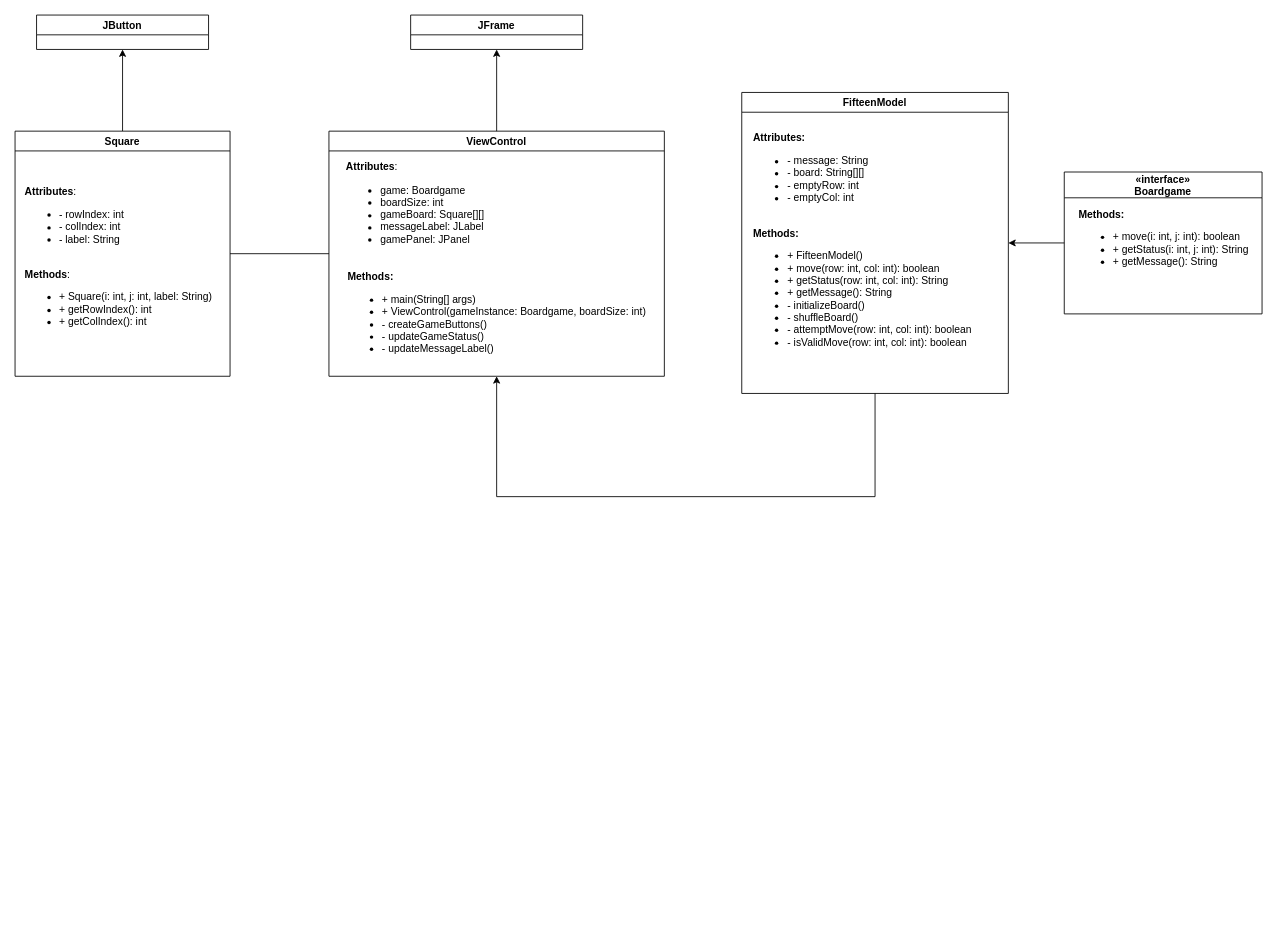
Above: Laboration2/src/Femtonspel/Diagram/FifteenModel Diagram.drawio in Fluntin/Software-Engineering (draw.io), before the change. Source tidied: cells renumbered, new cells numbered last; positions are measured from the earlier drawing's top-left corner, leaving out a move shared by most shapes. Both pictures are drawn from the tidied source at 86%, with x=0, y=0 at pixel (15, 15).
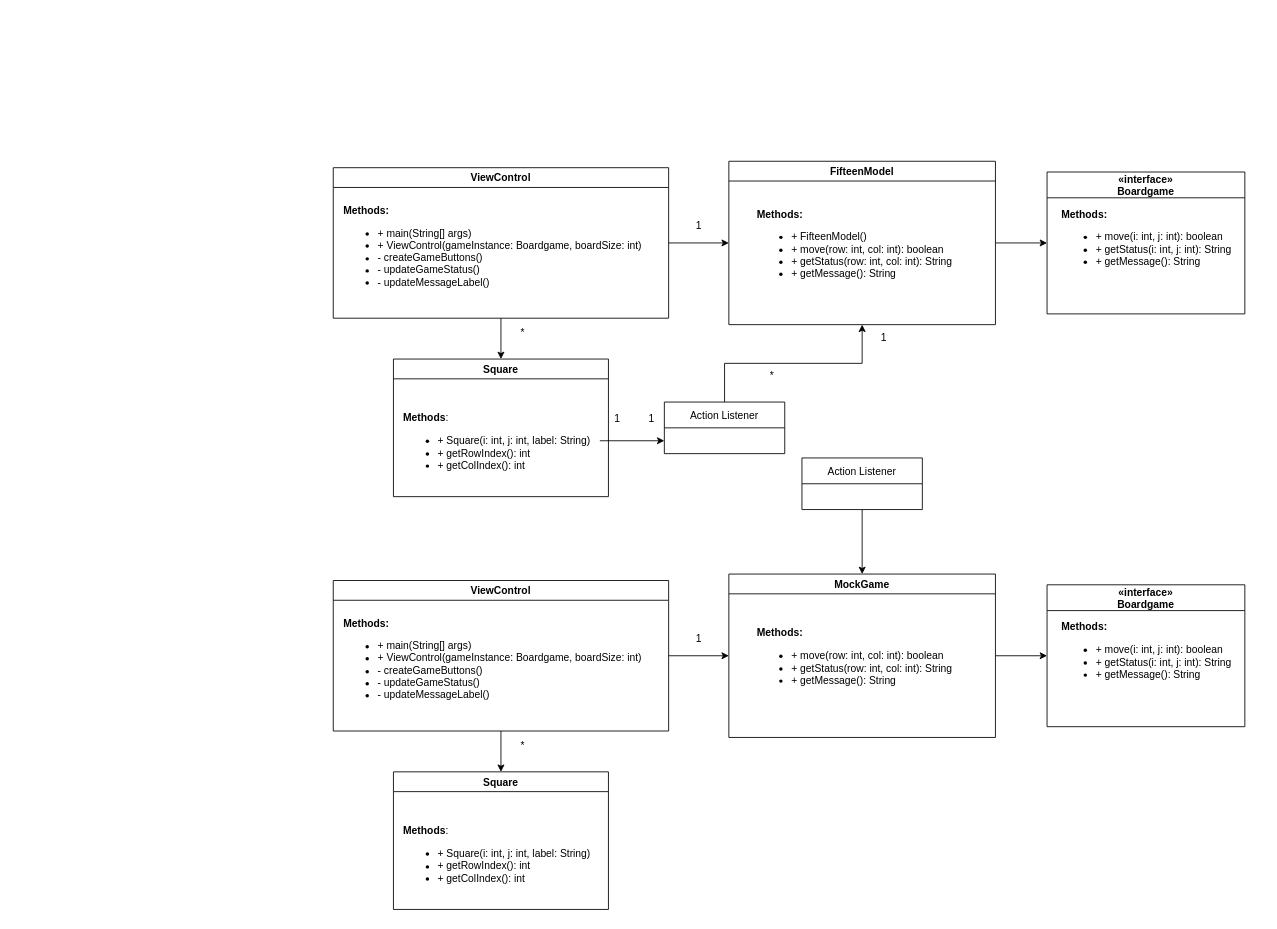
The same page after the edit.

The edit, as a diff of the source:
```diff
@@
-    <mxCell id="2" style="edgeStyle=orthogonalEdgeStyle;rounded=0;jettySize=auto;html=1;entryX=1;entryY=0.5;entryDx=0;entryDy=0;" parent="1" edge="1" source="3" target="5">
-      <mxGeometry relative="1" as="geometry" />
-    </mxCell>
     <mxCell id="3" value="«interface»&#10;Boardgame" style="swimlane;startSize=30;" parent="1" vertex="1">
-      <mxGeometry x="1220" y="182.5" width="230" height="165" as="geometry" />
+      <mxGeometry x="1200" y="182.5" width="230" height="165" as="geometry" />
     </mxCell>
@@
+    <mxCell id="18" style="edgeStyle=orthogonalEdgeStyle;rounded=0;jettySize=auto;html=1;entryX=0;entryY=0.5;entryDx=0;entryDy=0;" parent="1" edge="1" source="5" target="3">
+      <mxGeometry relative="1" as="geometry" />
+    </mxCell>
     <mxCell id="5" value="FifteenModel" style="swimlane;" parent="1" vertex="1">
-      <mxGeometry x="845" y="90" width="310" height="350" as="geometry" />
+      <mxGeometry x="830" y="170" width="310" height="190" as="geometry" />
     </mxCell>
-    <mxCell id="6" value="&lt;div style=&quot;text-align: left;&quot;&gt;&lt;b&gt;&lt;span style=&quot;background-color: initial;&quot;&gt;Attributes:&lt;/span&gt;&lt;br&gt;&lt;/b&gt;&lt;/div&gt;&lt;div style=&quot;&quot;&gt;&lt;ul&gt;&lt;li style=&quot;text-align: left;&quot;&gt;- message: String&lt;/li&gt;&lt;li style=&quot;text-align: left;&quot;&gt;- board: String[][]&lt;/li&gt;&lt;li style=&quot;text-align: left;&quot;&gt;- emptyRow: int&lt;/li&gt;&lt;li style=&quot;text-align: left;&quot;&gt;- emptyCol: int&lt;/li&gt;&lt;/ul&gt;&lt;/div&gt;&lt;div&gt;&lt;br&gt;&lt;/div&gt;&lt;div style=&quot;text-align: left;&quot;&gt;&lt;b&gt;Methods:&lt;/b&gt;&lt;/div&gt;&lt;div style=&quot;text-align: left;&quot;&gt;&lt;ul&gt;&lt;li&gt;+ FifteenModel()&lt;/li&gt;&lt;li&gt;+ move(row: int, col: int): boolean&lt;/li&gt;&lt;li&gt;+ getStatus(row: int, col: int): String&lt;/li&gt;&lt;li&gt;+ getMessage(): String&lt;/li&gt;&lt;li&gt;- initializeBoard()&lt;/li&gt;&lt;li&gt;- shuffleBoard()&lt;/li&gt;&lt;li&gt;- attemptMove(row: int, col: int): boolean&lt;/li&gt;&lt;li&gt;- isValidMove(row: int, col: int): boolean&lt;/li&gt;&lt;/ul&gt;&lt;/div&gt;&lt;div&gt;&lt;br&gt;&lt;/div&gt;" style="text;html=1;align=center;verticalAlign=middle;strokeColor=none;fillColor=none;" parent="5" vertex="1">
-      <mxGeometry y="40" width="280" height="290" as="geometry" />
+    <mxCell id="6" value="&lt;div style=&quot;text-align: left;&quot;&gt;&lt;br&gt;&lt;/div&gt;&lt;div&gt;&lt;br&gt;&lt;/div&gt;&lt;div style=&quot;text-align: left;&quot;&gt;&lt;b&gt;Methods:&lt;/b&gt;&lt;/div&gt;&lt;div style=&quot;text-align: left;&quot;&gt;&lt;ul&gt;&lt;li&gt;+ FifteenModel()&lt;/li&gt;&lt;li&gt;+ move(row: int, col: int): boolean&lt;/li&gt;&lt;li&gt;+ getStatus(row: int, col: int): String&lt;/li&gt;&lt;li&gt;+ getMessage(): String&lt;/li&gt;&lt;/ul&gt;&lt;/div&gt;&lt;div&gt;&lt;br&gt;&lt;/div&gt;" style="text;html=1;align=center;verticalAlign=middle;strokeColor=none;fillColor=none;" parent="5" vertex="1">
+      <mxGeometry x="21" y="20" width="250" height="150" as="geometry" />
     </mxCell>
+    <mxCell id="19" style="edgeStyle=orthogonalEdgeStyle;rounded=0;jettySize=auto;html=1;exitX=1;exitY=0.5;exitDx=0;exitDy=0;entryX=0;entryY=0.5;entryDx=0;entryDy=0;" parent="1" edge="1" source="7" target="5">
+      <mxGeometry relative="1" as="geometry" />
+    </mxCell>
+    <mxCell id="20" style="edgeStyle=orthogonalEdgeStyle;rounded=0;jettySize=auto;html=1;" parent="1" edge="1" source="7" target="11">
+      <mxGeometry relative="1" as="geometry" />
+    </mxCell>
     <mxCell id="7" value="ViewControl" style="swimlane;" parent="1" vertex="1">
-      <mxGeometry x="365" y="135" width="390" height="285" as="geometry" />
+      <mxGeometry x="370" y="177.5" width="390" height="175" as="geometry" />
     </mxCell>
-    <mxCell id="8" value="&lt;div style=&quot;text-align: left;&quot;&gt;&lt;b&gt;Attributes&lt;/b&gt;:&lt;/div&gt;&lt;div&gt;&lt;ul&gt;&lt;li style=&quot;text-align: left;&quot;&gt;&lt;span style=&quot;background-color: initial;&quot;&gt;game: Boardgame&lt;/span&gt;&lt;/li&gt;&lt;li style=&quot;text-align: left;&quot;&gt;boardSize: int&lt;/li&gt;&lt;li style=&quot;text-align: left;&quot;&gt;gameBoard: Square[][]&lt;/li&gt;&lt;li style=&quot;text-align: left;&quot;&gt;messageLabel: JLabel&lt;/li&gt;&lt;li style=&quot;text-align: left;&quot;&gt;gamePanel: JPanel&lt;/li&gt;&lt;/ul&gt;&lt;/div&gt;" style="text;html=1;align=center;verticalAlign=middle;strokeColor=none;fillColor=none;" parent="7" vertex="1">
-      <mxGeometry x="10" y="30" width="180" height="120" as="geometry" />
+    <mxCell id="8" value="&lt;div style=&quot;text-align: left;&quot;&gt;&lt;br&gt;&lt;/div&gt;" style="text;html=1;align=center;verticalAlign=middle;strokeColor=none;fillColor=none;" parent="7" vertex="1">
+      <mxGeometry x="90" y="75" width="20" height="30" as="geometry" />
     </mxCell>
     <mxCell id="9" value="&lt;div&gt;&lt;br&gt;&lt;/div&gt;&lt;div style=&quot;text-align: left;&quot;&gt;&lt;b&gt;Methods:&lt;/b&gt;&lt;/div&gt;&lt;div style=&quot;text-align: left;&quot;&gt;&lt;ul&gt;&lt;li&gt;+ main(String[] args)&lt;/li&gt;&lt;li&gt;+ ViewControl(gameInstance: Boardgame, boardSize: int)&lt;/li&gt;&lt;li&gt;- createGameButtons()&lt;/li&gt;&lt;li&gt;- updateGameStatus()&lt;/li&gt;&lt;li&gt;- updateMessageLabel()&lt;/li&gt;&lt;/ul&gt;&lt;/div&gt;" style="text;html=1;align=center;verticalAlign=middle;strokeColor=none;fillColor=none;" parent="7" vertex="1">
-      <mxGeometry x="10" y="140" width="370" height="140" as="geometry" />
+      <mxGeometry y="20" width="370" height="140" as="geometry" />
     </mxCell>
-    <mxCell id="10" style="edgeStyle=orthogonalEdgeStyle;rounded=0;jettySize=auto;html=1;entryX=0.5;entryY=1;entryDx=0;entryDy=0;" parent="1" edge="1" source="11" target="14">
-      <mxGeometry relative="1" as="geometry" />
-    </mxCell>
     <mxCell id="11" value="Square" style="swimlane;" parent="1" vertex="1">
-      <mxGeometry y="135" width="250" height="285" as="geometry" />
+      <mxGeometry x="440" y="400" width="250" height="160" as="geometry" />
     </mxCell>
-    <mxCell id="12" value="&lt;div&gt;&lt;br&gt;&lt;/div&gt;&lt;div&gt;&lt;br&gt;&lt;/div&gt;&lt;div style=&quot;text-align: left;&quot;&gt;&lt;b&gt;Attributes&lt;/b&gt;:&lt;/div&gt;&lt;div&gt;&lt;ul&gt;&lt;li style=&quot;text-align: left;&quot;&gt;- rowIndex: int&lt;/li&gt;&lt;li style=&quot;text-align: left;&quot;&gt;- colIndex: int&lt;/li&gt;&lt;li style=&quot;text-align: left;&quot;&gt;- label: String&lt;/li&gt;&lt;/ul&gt;&lt;/div&gt;&lt;div&gt;&lt;br&gt;&lt;/div&gt;&lt;div style=&quot;text-align: left;&quot;&gt;&lt;b&gt;Methods&lt;/b&gt;:&lt;/div&gt;&lt;div&gt;&lt;ul&gt;&lt;li style=&quot;text-align: left;&quot;&gt;+ Square(i: int, j: int, label: String)&lt;/li&gt;&lt;li style=&quot;text-align: left;&quot;&gt;+ getRowIndex(): int&lt;/li&gt;&lt;li style=&quot;text-align: left;&quot;&gt;+ getColIndex(): int&lt;/li&gt;&lt;/ul&gt;&lt;/div&gt;&lt;div&gt;&lt;br&gt;&lt;/div&gt;" style="text;html=1;align=center;verticalAlign=middle;points=[];strokeColor=none;fillColor=none;" parent="11" vertex="1">
-      <mxGeometry y="30" width="240" height="230" as="geometry" />
+    <mxCell id="12" value="&lt;div&gt;&lt;br&gt;&lt;/div&gt;&lt;div&gt;&lt;br&gt;&lt;/div&gt;&lt;div style=&quot;text-align: left;&quot;&gt;&lt;b&gt;Methods&lt;/b&gt;:&lt;/div&gt;&lt;div&gt;&lt;ul&gt;&lt;li style=&quot;text-align: left;&quot;&gt;+ Square(i: int, j: int, label: String)&lt;/li&gt;&lt;li style=&quot;text-align: left;&quot;&gt;+ getRowIndex(): int&lt;/li&gt;&lt;li style=&quot;text-align: left;&quot;&gt;+ getColIndex(): int&lt;/li&gt;&lt;/ul&gt;&lt;/div&gt;&lt;div&gt;&lt;br&gt;&lt;/div&gt;" style="text;html=1;align=center;verticalAlign=middle;points=[];strokeColor=none;fillColor=none;" parent="11" vertex="1">
+      <mxGeometry y="25" width="240" height="140" as="geometry" />
     </mxCell>
-    <mxCell id="13" style="endArrow=none;html=1;rounded=0;entryX=0;entryY=0.5;entryDx=0;entryDy=0;exitX=1;exitY=0.5;exitDx=0;exitDy=0;" parent="1" edge="1" source="11" target="7">
-      <mxGeometry relative="1" as="geometry" />
-    </mxCell>
-    <mxCell id="14" value="JButton" style="swimlane;" parent="1" vertex="1">
-      <mxGeometry x="25" width="200" height="40" as="geometry" />
-    </mxCell>
-    <mxCell id="15" value="JFrame" style="swimlane;" parent="1" vertex="1">
-      <mxGeometry x="460" width="200" height="40" as="geometry" />
-    </mxCell>
-    <mxCell id="16" style="endArrow=classic;html=1;rounded=0;exitX=0.5;exitY=0;exitDx=0;exitDy=0;entryX=0.5;entryY=1;entryDx=0;entryDy=0;" parent="1" edge="1" source="7" target="15">
-      <mxGeometry relative="1" as="geometry" />
-    </mxCell>
-    <mxCell id="17" style="endArrow=classic;html=1;rounded=0;exitX=0.5;exitY=1;exitDx=0;exitDy=0;entryX=0.5;entryY=1;entryDx=0;entryDy=0;" parent="1" edge="1" source="5" target="7">
-      <mxGeometry relative="1" as="geometry">
-        <Array as="points">
-          <mxPoint x="1000" y="560" />
-          <mxPoint x="560" y="560" />
-        </Array>
-      </mxGeometry>
-    </mxCell>
+    <mxCell id="21" value="*" style="text;html=1;align=center;verticalAlign=middle;strokeColor=none;fillColor=none;" parent="1" vertex="1">
+      <mxGeometry x="575" y="355" width="30" height="30" as="geometry" />
+    </mxCell>
+    <mxCell id="22" value="1" style="text;html=1;align=center;verticalAlign=middle;strokeColor=none;fillColor=none;" parent="1" vertex="1">
+      <mxGeometry x="780" y="230" width="30" height="30" as="geometry" />
+    </mxCell>
+    <mxCell id="23" value="«interface»&#10;Boardgame" style="swimlane;startSize=30;" parent="1" vertex="1">
+      <mxGeometry x="1200" y="662.5" width="230" height="165" as="geometry" />
+    </mxCell>
+    <mxCell id="24" value="&lt;b&gt;Methods:&lt;/b&gt;&lt;br&gt;&lt;ul&gt;&lt;li&gt;+ move(i: int, j: int): boolean&lt;/li&gt;&lt;li&gt;+ getStatus(i: int, j: int): String&lt;/li&gt;&lt;li&gt;+ getMessage(): String&lt;/li&gt;&lt;/ul&gt;" style="text;whiteSpace=wrap;html=1;" parent="23" vertex="1">
+      <mxGeometry x="15" y="35" width="200" height="120" as="geometry" />
+    </mxCell>
+    <mxCell id="25" style="edgeStyle=orthogonalEdgeStyle;rounded=0;jettySize=auto;html=1;entryX=0;entryY=0.5;entryDx=0;entryDy=0;" parent="1" edge="1" source="26" target="23">
+      <mxGeometry relative="1" as="geometry" />
+    </mxCell>
+    <mxCell id="26" value="MockGame" style="swimlane;" parent="1" vertex="1">
+      <mxGeometry x="830" y="650" width="310" height="190" as="geometry" />
+    </mxCell>
+    <mxCell id="27" value="&lt;div style=&quot;text-align: left;&quot;&gt;&lt;br&gt;&lt;/div&gt;&lt;div&gt;&lt;br&gt;&lt;/div&gt;&lt;div style=&quot;text-align: left;&quot;&gt;&lt;b&gt;Methods:&lt;/b&gt;&lt;/div&gt;&lt;div style=&quot;text-align: left;&quot;&gt;&lt;ul&gt;&lt;li&gt;+ move(row: int, col: int): boolean&lt;/li&gt;&lt;li&gt;+ getStatus(row: int, col: int): String&lt;/li&gt;&lt;li&gt;+ getMessage(): String&lt;/li&gt;&lt;/ul&gt;&lt;/div&gt;&lt;div&gt;&lt;br&gt;&lt;/div&gt;" style="text;html=1;align=center;verticalAlign=middle;strokeColor=none;fillColor=none;" parent="26" vertex="1">
+      <mxGeometry x="21" y="25" width="250" height="140" as="geometry" />
+    </mxCell>
+    <mxCell id="28" style="edgeStyle=orthogonalEdgeStyle;rounded=0;jettySize=auto;html=1;exitX=1;exitY=0.5;exitDx=0;exitDy=0;entryX=0;entryY=0.5;entryDx=0;entryDy=0;" parent="1" edge="1" source="30" target="26">
+      <mxGeometry relative="1" as="geometry" />
+    </mxCell>
+    <mxCell id="29" style="edgeStyle=orthogonalEdgeStyle;rounded=0;jettySize=auto;html=1;" parent="1" edge="1" source="30" target="33">
+      <mxGeometry relative="1" as="geometry" />
+    </mxCell>
+    <mxCell id="30" value="ViewControl" style="swimlane;" parent="1" vertex="1">
+      <mxGeometry x="370" y="657.5" width="390" height="175" as="geometry" />
+    </mxCell>
+    <mxCell id="31" value="&lt;div style=&quot;text-align: left;&quot;&gt;&lt;br&gt;&lt;/div&gt;" style="text;html=1;align=center;verticalAlign=middle;strokeColor=none;fillColor=none;" parent="30" vertex="1">
+      <mxGeometry x="90" y="75" width="20" height="30" as="geometry" />
+    </mxCell>
+    <mxCell id="32" value="&lt;div&gt;&lt;br&gt;&lt;/div&gt;&lt;div style=&quot;text-align: left;&quot;&gt;&lt;b&gt;Methods:&lt;/b&gt;&lt;/div&gt;&lt;div style=&quot;text-align: left;&quot;&gt;&lt;ul&gt;&lt;li&gt;+ main(String[] args)&lt;/li&gt;&lt;li&gt;+ ViewControl(gameInstance: Boardgame, boardSize: int)&lt;/li&gt;&lt;li&gt;- createGameButtons()&lt;/li&gt;&lt;li&gt;- updateGameStatus()&lt;/li&gt;&lt;li&gt;- updateMessageLabel()&lt;/li&gt;&lt;/ul&gt;&lt;/div&gt;" style="text;html=1;align=center;verticalAlign=middle;strokeColor=none;fillColor=none;" parent="30" vertex="1">
+      <mxGeometry y="20" width="370" height="140" as="geometry" />
+    </mxCell>
+    <mxCell id="33" value="Square" style="swimlane;" parent="1" vertex="1">
+      <mxGeometry x="440" y="880" width="250" height="160" as="geometry" />
+    </mxCell>
+    <mxCell id="34" value="&lt;div&gt;&lt;br&gt;&lt;/div&gt;&lt;div&gt;&lt;br&gt;&lt;/div&gt;&lt;div style=&quot;text-align: left;&quot;&gt;&lt;b&gt;Methods&lt;/b&gt;:&lt;/div&gt;&lt;div&gt;&lt;ul&gt;&lt;li style=&quot;text-align: left;&quot;&gt;+ Square(i: int, j: int, label: String)&lt;/li&gt;&lt;li style=&quot;text-align: left;&quot;&gt;+ getRowIndex(): int&lt;/li&gt;&lt;li style=&quot;text-align: left;&quot;&gt;+ getColIndex(): int&lt;/li&gt;&lt;/ul&gt;&lt;/div&gt;&lt;div&gt;&lt;br&gt;&lt;/div&gt;" style="text;html=1;align=center;verticalAlign=middle;strokeColor=none;fillColor=none;" parent="33" vertex="1">
+      <mxGeometry y="25" width="240" height="140" as="geometry" />
+    </mxCell>
+    <mxCell id="35" value="*" style="text;html=1;align=center;verticalAlign=middle;strokeColor=none;fillColor=none;" parent="1" vertex="1">
+      <mxGeometry x="575" y="835" width="30" height="30" as="geometry" />
+    </mxCell>
+    <mxCell id="36" value="1" style="text;html=1;align=center;verticalAlign=middle;strokeColor=none;fillColor=none;" parent="1" vertex="1">
+      <mxGeometry x="780" y="710" width="30" height="30" as="geometry" />
+    </mxCell>
+    <mxCell id="37" style="edgeStyle=orthogonalEdgeStyle;rounded=0;jettySize=auto;html=1;entryX=0.5;entryY=1;entryDx=0;entryDy=0;" parent="1" edge="1" source="38" target="5">
+      <mxGeometry relative="1" as="geometry" />
+    </mxCell>
+    <mxCell id="38" value="Action Listener" style="swimlane;fontStyle=0;horizontal=1;startSize=30;" parent="1" vertex="1">
+      <mxGeometry x="755" y="450" width="140" height="60" as="geometry" />
+    </mxCell>
+    <mxCell id="39" style="edgeStyle=orthogonalEdgeStyle;rounded=0;jettySize=auto;html=1;entryX=0.5;entryY=0;entryDx=0;entryDy=0;" parent="1" edge="1" source="40" target="26">
+      <mxGeometry relative="1" as="geometry" />
+    </mxCell>
+    <mxCell id="40" value="Action Listener" style="swimlane;fontStyle=0;horizontal=1;startSize=30;" parent="1" vertex="1">
+      <mxGeometry x="915" y="515" width="140" height="60" as="geometry" />
+    </mxCell>
+    <mxCell id="41" style="edgeStyle=orthogonalEdgeStyle;rounded=0;jettySize=auto;html=1;entryX=0;entryY=0.75;entryDx=0;entryDy=0;" parent="1" edge="1" source="12" target="38">
+      <mxGeometry relative="1" as="geometry" />
+    </mxCell>
+    <mxCell id="42" value="1" style="text;html=1;align=center;verticalAlign=middle;strokeColor=none;fillColor=none;" parent="1" vertex="1">
+      <mxGeometry x="685" y="455" width="30" height="30" as="geometry" />
+    </mxCell>
+    <mxCell id="43" value="*" style="text;html=1;align=center;verticalAlign=middle;strokeColor=none;fillColor=none;" parent="1" vertex="1">
+      <mxGeometry x="865" y="405" width="30" height="30" as="geometry" />
+    </mxCell>
+    <mxCell id="44" value="1" style="text;html=1;align=center;verticalAlign=middle;strokeColor=none;fillColor=none;" parent="1" vertex="1">
+      <mxGeometry x="725" y="455" width="30" height="30" as="geometry" />
+    </mxCell>
+    <mxCell id="45" value="1" style="text;html=1;align=center;verticalAlign=middle;strokeColor=none;fillColor=none;" parent="1" vertex="1">
+      <mxGeometry x="995" y="360" width="30" height="30" as="geometry" />
+    </mxCell>
```
